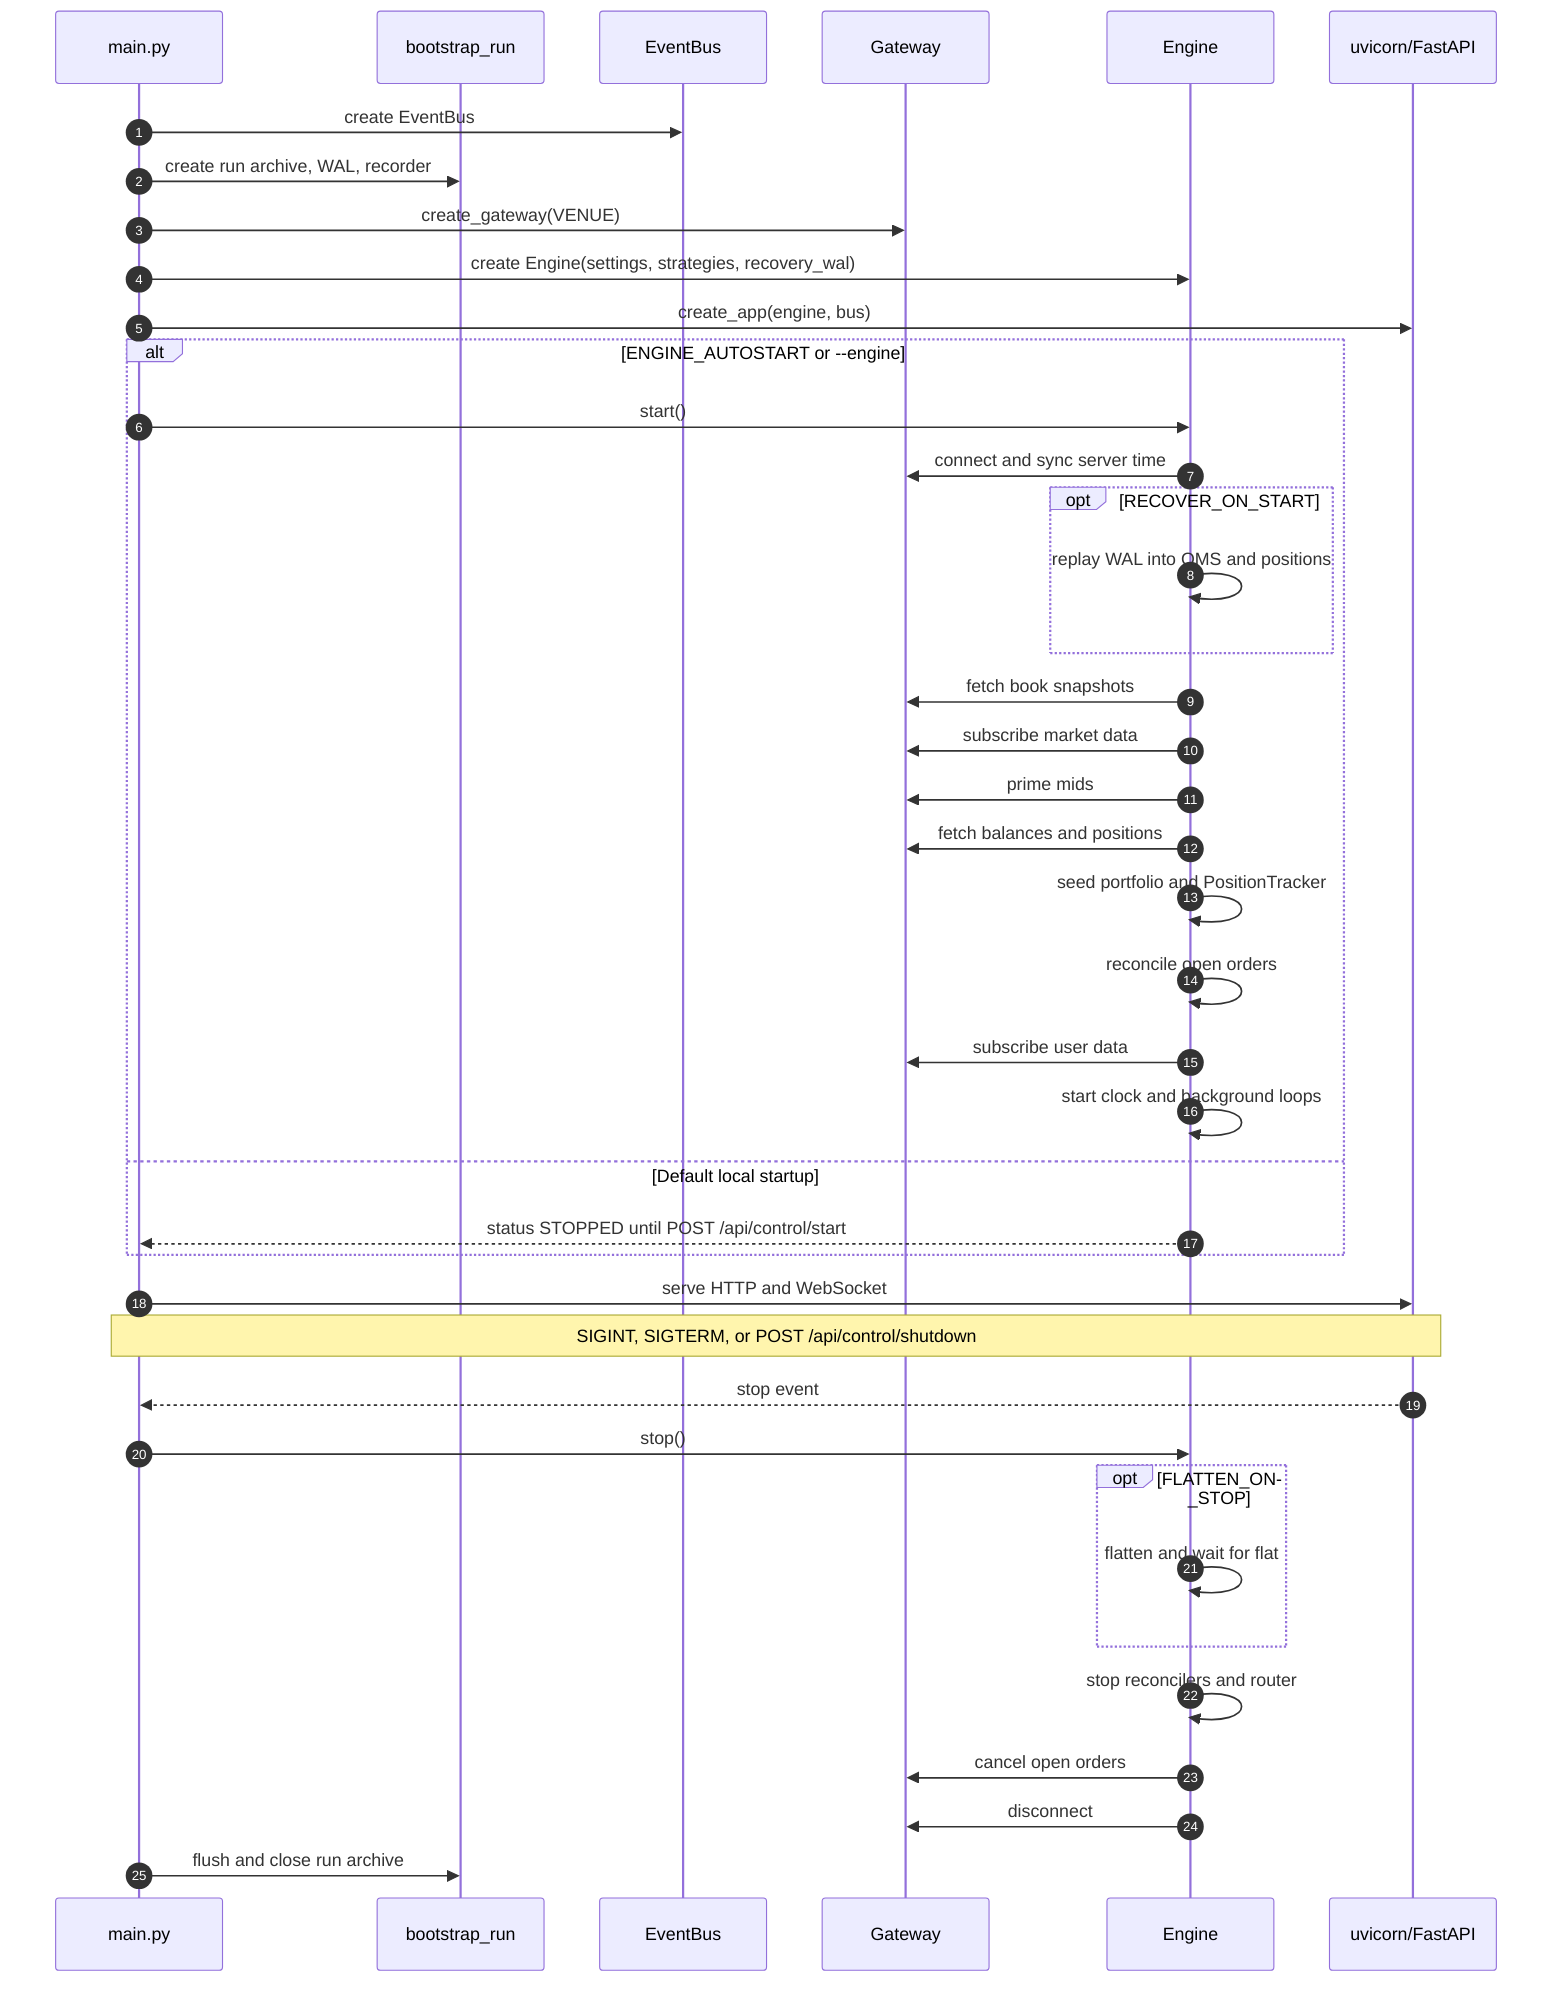
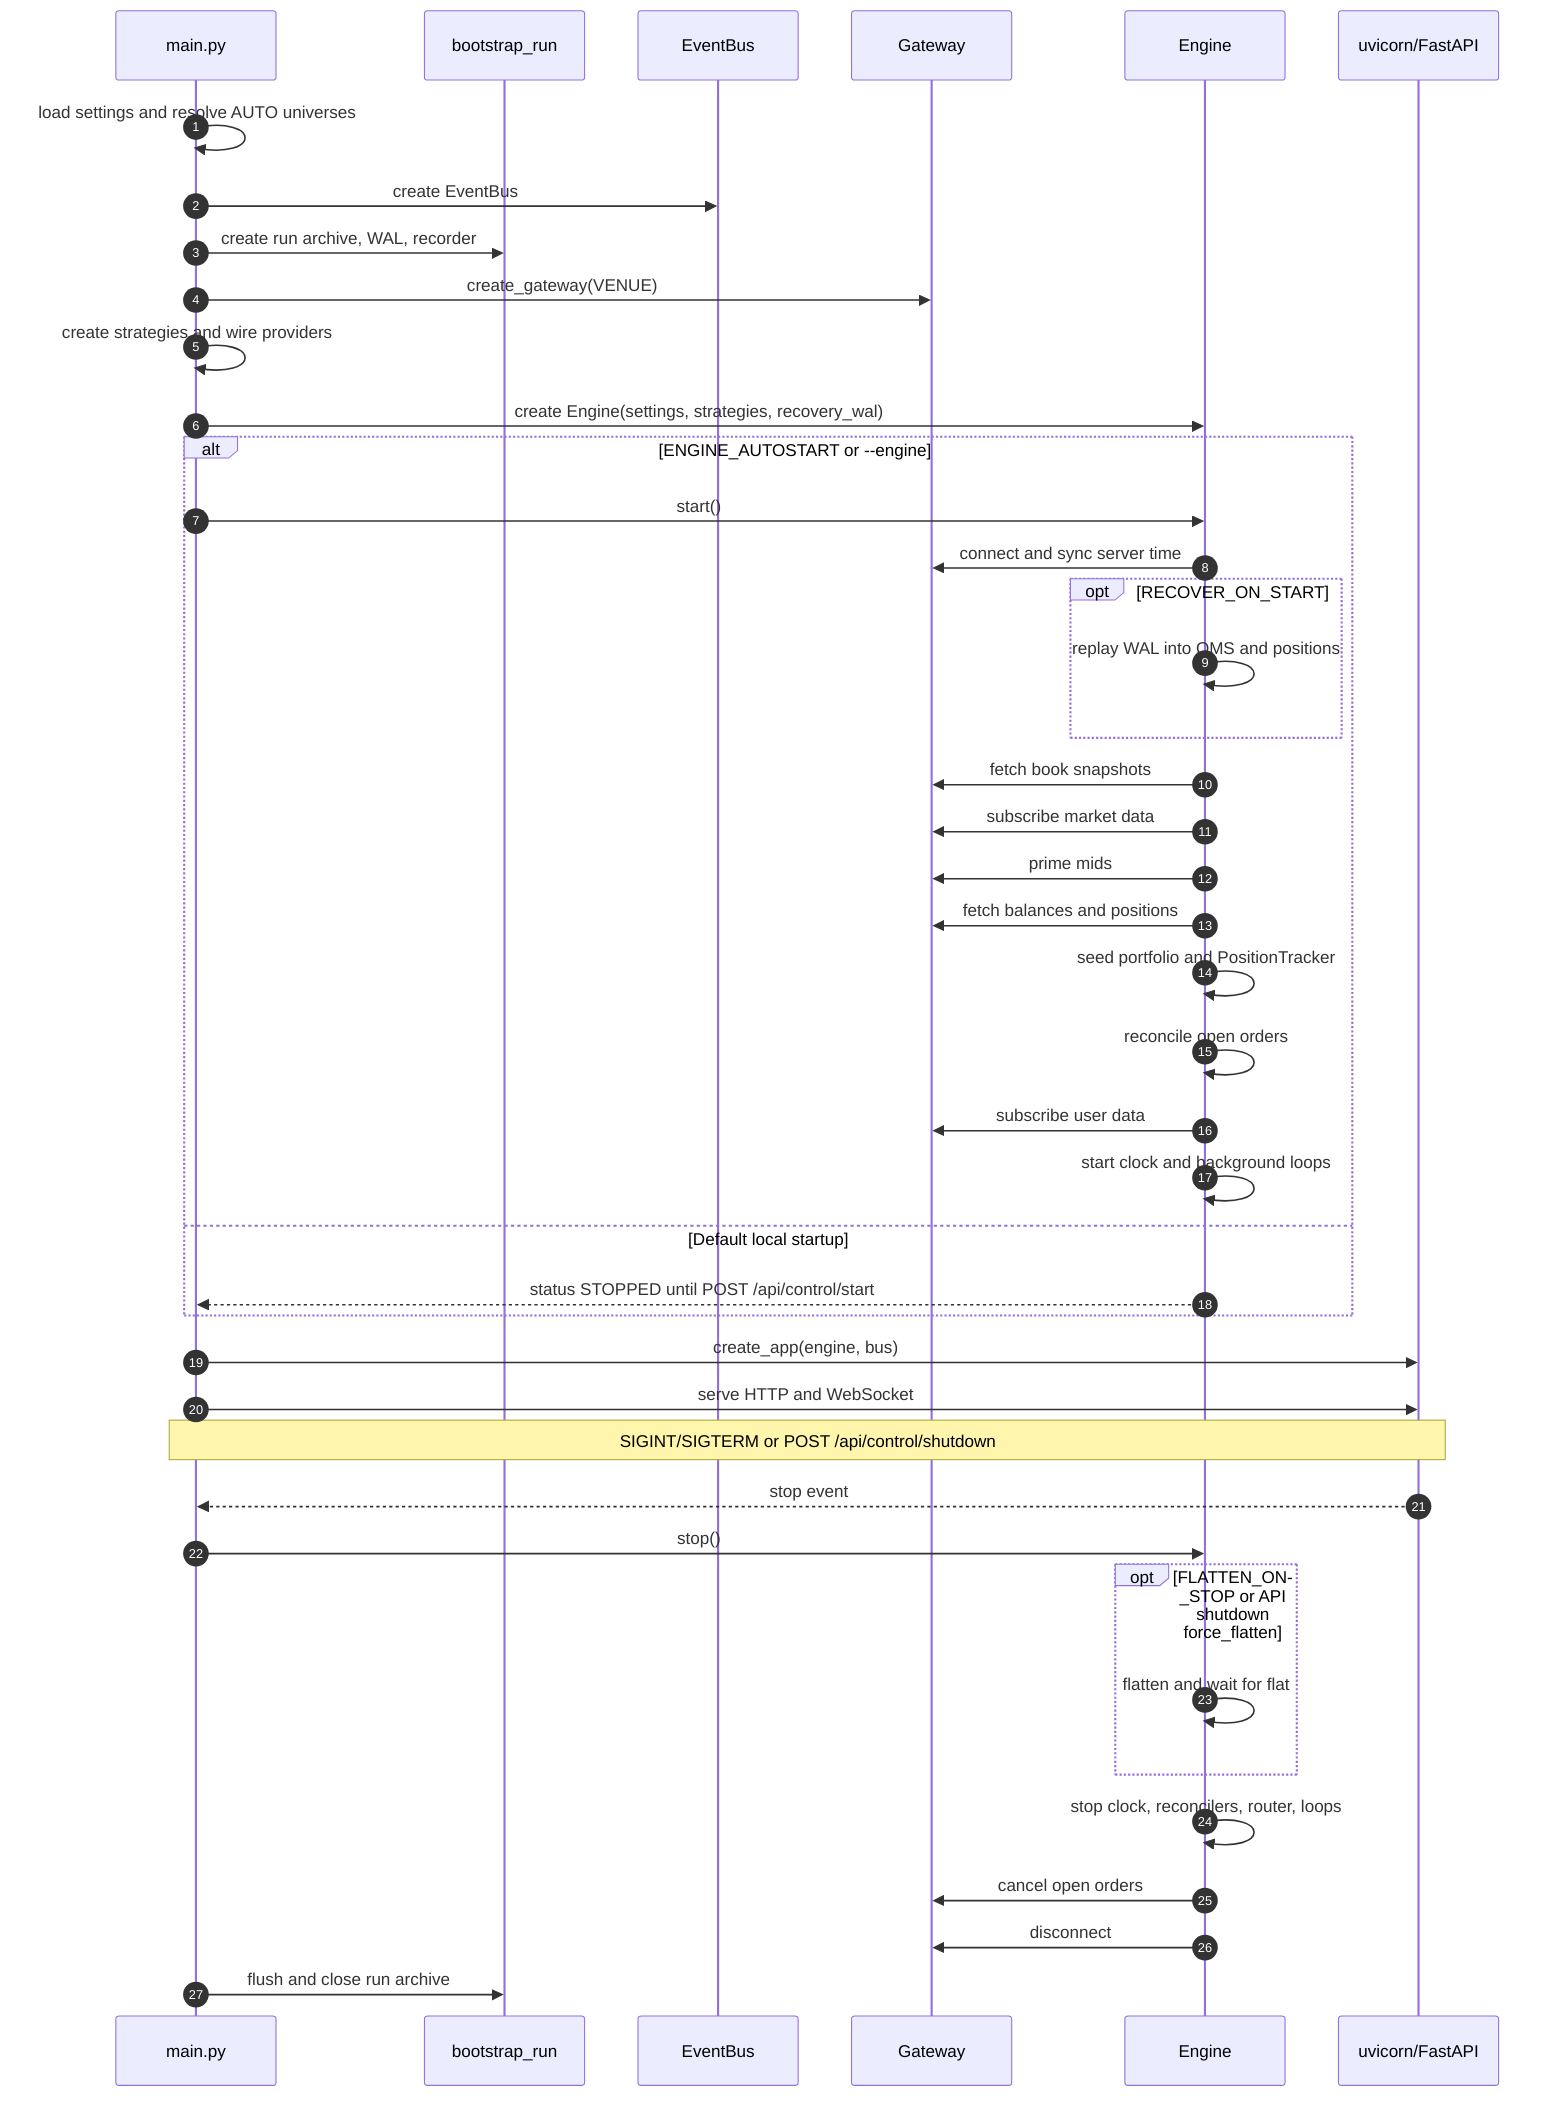
%% Engine lifecycle - process boot, optional autostart, graceful shutdown
sequenceDiagram
    autonumber
    participant Main as main.py
    participant Boot as bootstrap_run
    participant Bus as EventBus
    participant Gateway
    participant Engine
    participant API as uvicorn/FastAPI

+     Main->>Main: load settings and resolve AUTO universes
    Main->>Bus: create EventBus
    Main->>Boot: create run archive, WAL, recorder
    Main->>Gateway: create_gateway(VENUE)
+     Main->>Main: create strategies and wire providers
    Main->>Engine: create Engine(settings, strategies, recovery_wal)
-     Main->>API: create_app(engine, bus)

    alt ENGINE_AUTOSTART or --engine
        Main->>Engine: start()
        Engine->>Gateway: connect and sync server time
        opt RECOVER_ON_START
            Engine->>Engine: replay WAL into OMS and positions
        end
        Engine->>Gateway: fetch book snapshots
        Engine->>Gateway: subscribe market data
        Engine->>Gateway: prime mids
        Engine->>Gateway: fetch balances and positions
        Engine->>Engine: seed portfolio and PositionTracker
        Engine->>Engine: reconcile open orders
        Engine->>Gateway: subscribe user data
        Engine->>Engine: start clock and background loops
    else Default local startup
        Engine-->>Main: status STOPPED until POST /api/control/start
    end

+     Main->>API: create_app(engine, bus)
    Main->>API: serve HTTP and WebSocket

-     Note over API,Main: SIGINT, SIGTERM, or POST /api/control/shutdown
+     Note over API,Main: SIGINT/SIGTERM or POST /api/control/shutdown
    API-->>Main: stop event
    Main->>Engine: stop()
-     opt FLATTEN_ON_STOP
+     opt FLATTEN_ON_STOP or API shutdown force_flatten
        Engine->>Engine: flatten and wait for flat
    end
-     Engine->>Engine: stop reconcilers and router
+     Engine->>Engine: stop clock, reconcilers, router, loops
    Engine->>Gateway: cancel open orders
    Engine->>Gateway: disconnect
    Main->>Boot: flush and close run archive
